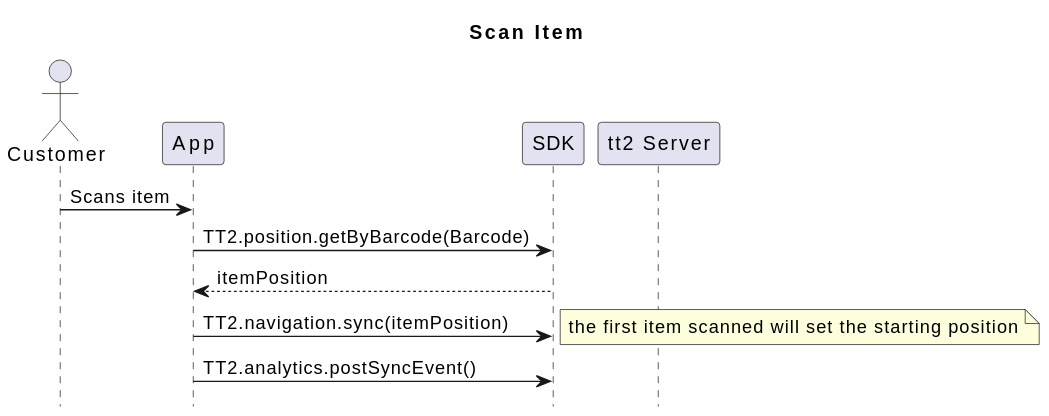
Before: res/usecases/Scan Item.svg, a diagram exported from PlantUML (virtualstores/tt2). Source of this version:
```plantuml
@startuml
Title Scan Item
hide footbox
actor Customer as cust
participant App as app
participant SDK as sdk
participant "tt2 Server" as tt2



    cust -> app: Scans item
    app -> sdk: TT2.position.getByBarcode(Barcode)
    sdk --> app: itemPosition
    app -> sdk: TT2.navigation.sync(itemPosition)
note right: the first item scanned will set the starting position
    app -> sdk: TT2.analytics.postSyncEvent()
@enduml
```
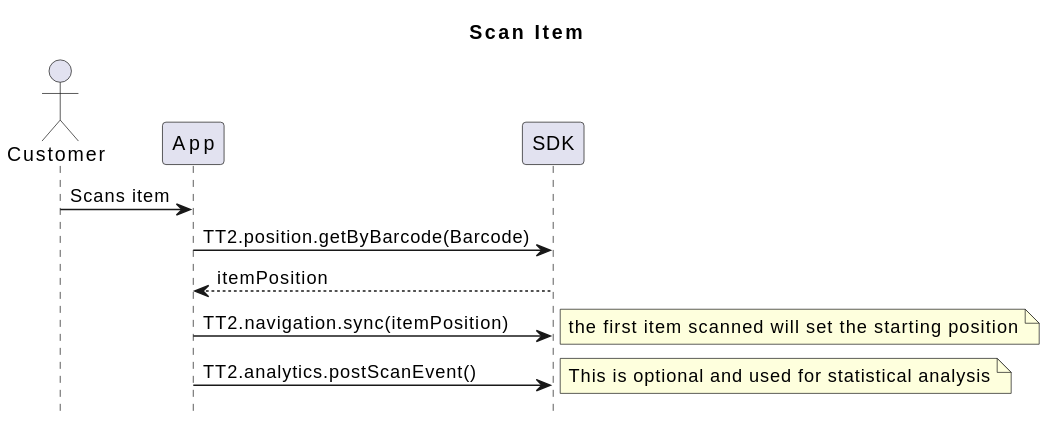
The same diagram one commit later.

The edit, as a diff of the source:
```diff
@@ -4,14 +4,13 @@
 actor Customer as cust
 participant App as app
 participant SDK as sdk
-participant "tt2 Server" as tt2
 
 
-
-    cust -> app: Scans item
+cust -> app: Scans item
     app -> sdk: TT2.position.getByBarcode(Barcode)
     sdk --> app: itemPosition
     app -> sdk: TT2.navigation.sync(itemPosition)
 note right: the first item scanned will set the starting position
-    app -> sdk: TT2.analytics.postSyncEvent()
+    app -> sdk: TT2.analytics.postScanEvent()
+    note right: This is optional and used for statistical analysis
 @enduml
```
